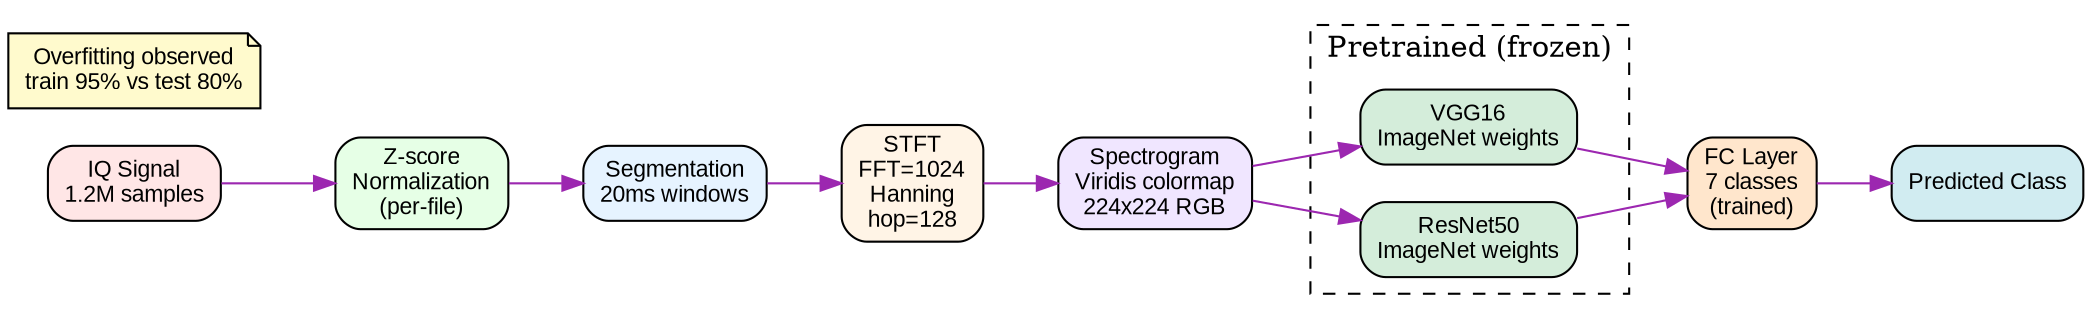
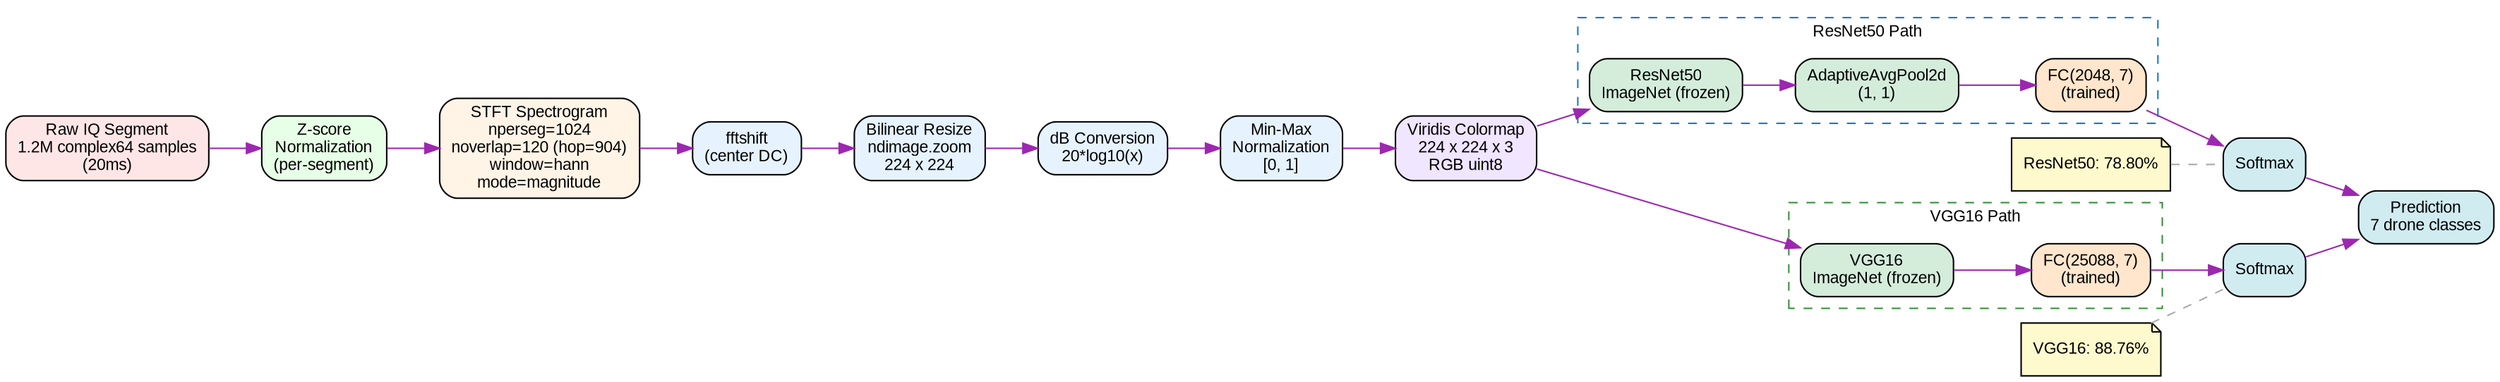
digraph PipelineCNN {
    rankdir=LR;
    node [shape=box, style="rounded,filled", fontname="Arial", fontsize=11];
    edge [fontname="Arial", fontsize=10, color="#9C27B0"];

    // Input
-     iq [label="IQ Signal\n1.2M samples", fillcolor="#FFE6E6"];
+     iq [label="Raw IQ Segment\n1.2M complex64 samples\n(20ms)", fillcolor="#FFE6E6"];

    // Preprocessing
-     zscore [label="Z-score\nNormalization\n(per-file)", fillcolor="#E6FFE6"];
-     seg [label="Segmentation\n20ms windows", fillcolor="#E6F3FF"];
+     zscore [label="Z-score\nNormalization\n(per-segment)", fillcolor="#E6FFE6"];

    // STFT
-     stft [label="STFT\nFFT=1024\nHanning\nhop=128", fillcolor="#FFF4E6"];
+     stft [label="STFT Spectrogram\nnperseg=1024\nnoverlap=120 (hop=904)\nwindow=hann\nmode=magnitude", fillcolor="#FFF4E6"];

-     // Spectrogram
-     spec [label="Spectrogram\nViridis colormap\n224x224 RGB", fillcolor="#F0E6FF"];
+     // Post-STFT processing
+     fftshift [label="fftshift\n(center DC)", fillcolor="#E6F3FF"];
+     resize [label="Bilinear Resize\nndimage.zoom\n224 x 224", fillcolor="#E6F3FF"];
+     db [label="dB Conversion\n20*log10(x)", fillcolor="#E6F3FF"];
+     minmax [label="Min-Max\nNormalization\n[0, 1]", fillcolor="#E6F3FF"];
+     viridis [label="Viridis Colormap\n224 x 224 x 3\nRGB uint8", fillcolor="#F0E6FF"];

-     // Models
-     subgraph cluster_models {
-         label="Pretrained (frozen)";
+     // Model paths
+     subgraph cluster_vgg {
+         label="VGG16 Path";
        style=dashed;
-         vgg [label="VGG16\nImageNet weights", fillcolor="#D4EDDA"];
-         resnet [label="ResNet50\nImageNet weights", fillcolor="#D4EDDA"];
+         color="#388E3C";
+         fontname="Arial";
+         fontsize=11;
+         vgg_feat [label="VGG16\nImageNet (frozen)", fillcolor="#D4EDDA"];
+         vgg_fc [label="FC(25088, 7)\n(trained)", fillcolor="#FFE6CC"];
    }

-     // Classification head
-     fc [label="FC Layer\n7 classes\n(trained)", fillcolor="#FFE6CC"];
+     subgraph cluster_resnet {
+         label="ResNet50 Path";
+         style=dashed;
+         color="#1976D2";
+         fontname="Arial";
+         fontsize=11;
+         resnet_feat [label="ResNet50\nImageNet (frozen)", fillcolor="#D4EDDA"];
+         resnet_pool [label="AdaptiveAvgPool2d\n(1, 1)", fillcolor="#D4EDDA"];
+         resnet_fc [label="FC(2048, 7)\n(trained)", fillcolor="#FFE6CC"];
+     }

-     // Output
-     pred [label="Predicted Class", fillcolor="#D1ECF1"];
+     // Softmax + output
+     softmax_vgg [label="Softmax", fillcolor="#D1ECF1"];
+     softmax_resnet [label="Softmax", fillcolor="#D1ECF1"];
+     pred [label="Prediction\n7 drone classes", fillcolor="#D1ECF1"];

-     // Edges
+     // Main pipeline edges
    iq -> zscore;
-     zscore -> seg;
-     seg -> stft;
-     stft -> spec;
-     spec -> vgg;
-     spec -> resnet;
-     vgg -> fc;
-     resnet -> fc;
-     fc -> pred;
+     zscore -> stft;
+     stft -> fftshift;
+     fftshift -> resize;
+     resize -> db;
+     db -> minmax;
+     minmax -> viridis;

-     // Note
-     note [shape=note, label="Overfitting observed\ntrain 95% vs test 80%", fillcolor="#FFFACD"];
+     // VGG16 path
+     viridis -> vgg_feat;
+     vgg_feat -> vgg_fc;
+     vgg_fc -> softmax_vgg;
+     softmax_vgg -> pred;
+ 
+     // ResNet50 path
+     viridis -> resnet_feat;
+     resnet_feat -> resnet_pool;
+     resnet_pool -> resnet_fc;
+     resnet_fc -> softmax_resnet;
+     softmax_resnet -> pred;
+ 
+     // Accuracy annotations
+     acc_vgg [shape=note, label="VGG16: 88.76%", fillcolor="#FFFACD"];
+     acc_resnet [shape=note, label="ResNet50: 78.80%", fillcolor="#FFFACD"];
+     acc_vgg -> softmax_vgg [style=dashed, color="#AAAAAA", arrowhead=none];
+     acc_resnet -> softmax_resnet [style=dashed, color="#AAAAAA", arrowhead=none];
}
